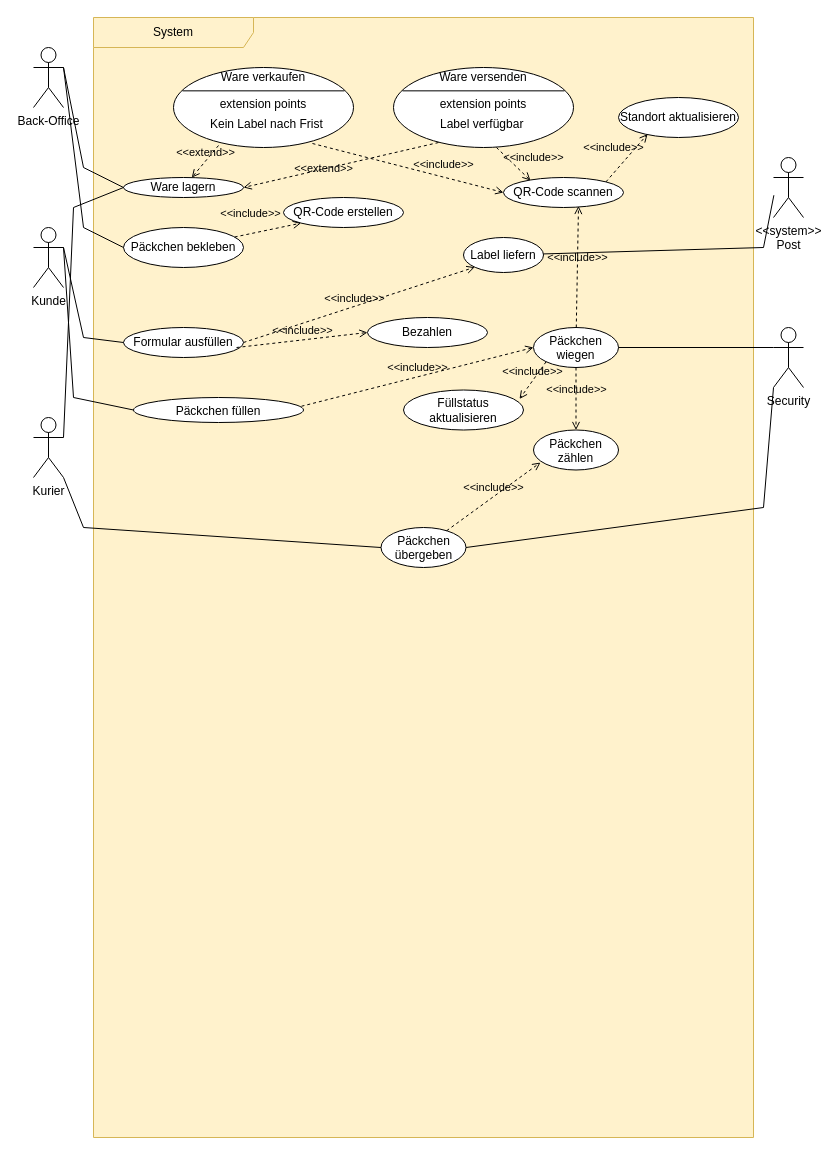
Earlier version of the draw.io diagram lb_use-case-big.drawio (ferreric/ffhs_swem). Source tidied: cells renumbered, new cells numbered last; positions are measured from the earlier drawing's top-left corner, leaving out a move shared by most shapes. Both pictures are drawn from the tidied source at 100%, with x=0, y=0 at pixel (33, 17).
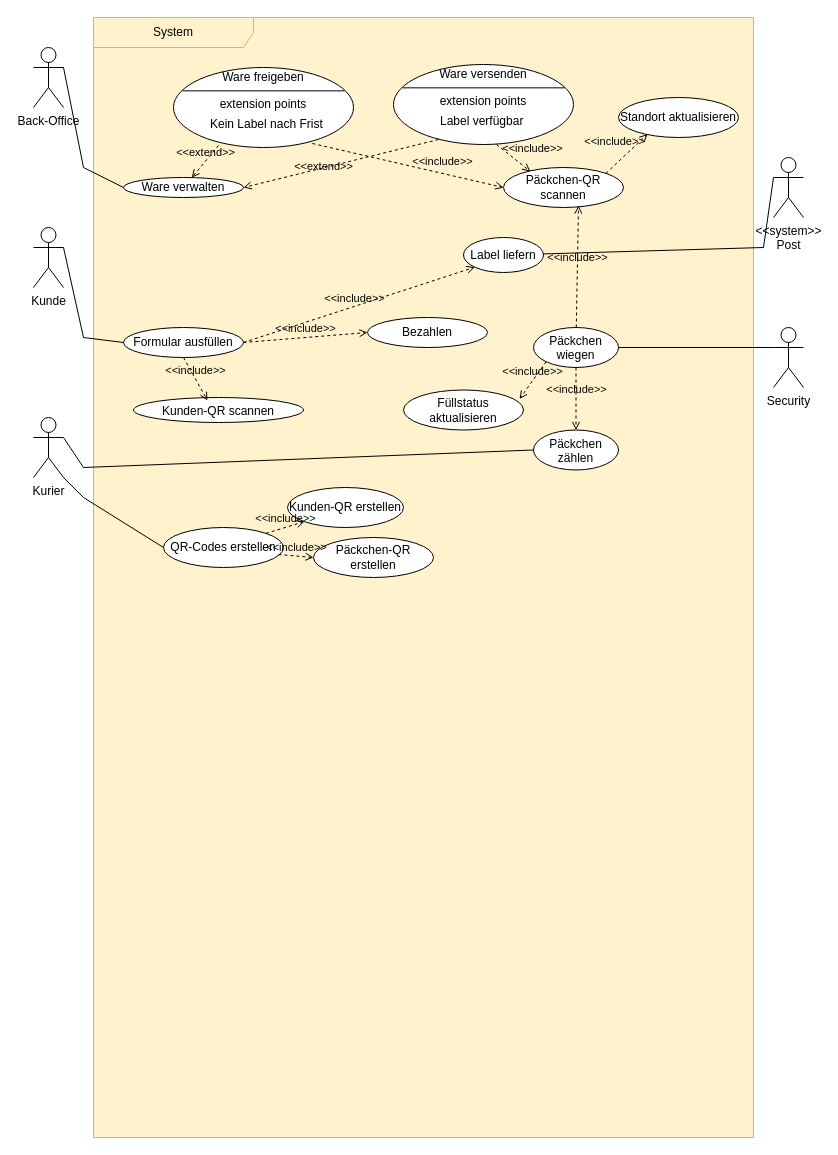
Above is the later version.

Commit message:
lb_use-case-big.drawio nur online-system

Unchanged cells that the change refers to:
```xml
<mxCell id="2" value="System" style="shape=umlFrame;whiteSpace=wrap;html=1;width=160;fillStyle=auto;fillColor=#fff2cc;strokeColor=#d6b656;noLabel=0;gradientColor=none;swimlaneFillColor=#FFF2CC;" parent="1" vertex="1">
  <mxGeometry x="60" width="660" height="1120" as="geometry" />
</mxCell>
<mxCell id="4" value="Päckchen wiegen" style="ellipse;whiteSpace=wrap;html=1;verticalAlign=top;" parent="2" vertex="1">
  <mxGeometry x="440" y="310" width="85" height="40" as="geometry" />
</mxCell>
<mxCell id="5" value="Label liefern" style="ellipse;whiteSpace=wrap;html=1;dashed=0;" parent="2" vertex="1">
  <mxGeometry x="370" y="220" width="80" height="35" as="geometry" />
</mxCell>
<mxCell id="11" value="Formular ausfüllen" style="ellipse;whiteSpace=wrap;html=1;" parent="2" vertex="1">
  <mxGeometry x="30" y="310" width="120" height="30" as="geometry" />
</mxCell>
<mxCell id="12" value="Bezahlen" style="ellipse;whiteSpace=wrap;html=1;" parent="2" vertex="1">
  <mxGeometry x="274" y="300" width="120" height="30" as="geometry" />
</mxCell>
<mxCell id="14" style="shape=ellipse;horizontal=1;html=1;dashed=0;" parent="2" vertex="1">
  <mxGeometry x="80" y="50" width="180" height="80" as="geometry" />
</mxCell>
<mxCell id="29" value="Päckchen zählen" style="ellipse;whiteSpace=wrap;html=1;verticalAlign=top;" parent="2" vertex="1">
  <mxGeometry x="440" y="412.5" width="85" height="40" as="geometry" />
</mxCell>
<mxCell id="32" value="Back-Office" style="shape=umlActor;verticalLabelPosition=bottom;verticalAlign=top;html=1;" parent="1" vertex="1">
  <mxGeometry y="30" width="30" height="60" as="geometry" />
</mxCell>
<mxCell id="33" value="Security" style="shape=umlActor;verticalLabelPosition=bottom;verticalAlign=top;html=1;" parent="1" vertex="1">
  <mxGeometry x="740" y="310" width="30" height="60" as="geometry" />
</mxCell>
<mxCell id="34" value="Kunde" style="shape=umlActor;verticalLabelPosition=bottom;verticalAlign=top;html=1;" parent="1" vertex="1">
  <mxGeometry y="210" width="30" height="60" as="geometry" />
</mxCell>
<mxCell id="35" value="Kurier" style="shape=umlActor;verticalLabelPosition=bottom;verticalAlign=top;html=1;" parent="1" vertex="1">
  <mxGeometry y="400" width="30" height="60" as="geometry" />
</mxCell>
<mxCell id="39" value="&lt;div&gt;&amp;lt;&amp;lt;system&amp;gt;&amp;gt;&lt;/div&gt;&lt;div&gt;Post&lt;br&gt;&lt;/div&gt;" style="shape=umlActor;verticalLabelPosition=bottom;verticalAlign=top;html=1;" parent="1" vertex="1">
  <mxGeometry x="740" y="140" width="30" height="60" as="geometry" />
</mxCell>
```

Change to the diagram source:
```diff
@@
-    <mxCell id="3" value="&lt;div&gt;Päckchen füllen&lt;/div&gt;" style="ellipse;whiteSpace=wrap;html=1;verticalAlign=top;" parent="2" vertex="1">
+    <mxCell id="3" value="&lt;div&gt;Kunden-QR scannen&lt;br&gt;&lt;/div&gt;" style="ellipse;whiteSpace=wrap;html=1;verticalAlign=top;" parent="2" vertex="1">
       <mxGeometry x="40" y="380" width="170" height="25" as="geometry" />
     </mxCell>
@@
-    <mxCell id="6" value="Päckchen bekleben" style="ellipse;whiteSpace=wrap;html=1;" parent="2" vertex="1">
-      <mxGeometry x="30" y="210" width="120" height="40" as="geometry" />
+    <mxCell id="6" value="QR-Codes erstellen" style="ellipse;whiteSpace=wrap;html=1;" parent="2" vertex="1">
+      <mxGeometry x="70" y="510" width="120" height="40" as="geometry" />
     </mxCell>
-    <mxCell id="7" value="QR-Code erstellen" style="ellipse;whiteSpace=wrap;html=1;" parent="2" vertex="1">
-      <mxGeometry x="190" y="180" width="120" height="30" as="geometry" />
-    </mxCell>
-    <mxCell id="8" value="&amp;lt;&amp;lt;include&amp;gt;&amp;gt;" style="html=1;verticalAlign=bottom;labelBackgroundColor=none;endArrow=open;endFill=0;dashed=1;rounded=0;entryX=0;entryY=1;entryDx=0;entryDy=0;" parent="2" edge="1" source="6" target="7">
-      <mxGeometry x="-0.45" y="12" relative="1" as="geometry">
-        <mxPoint y="1" as="offset" />
-      </mxGeometry>
-    </mxCell>
-    <mxCell id="9" value="&amp;lt;&amp;lt;include&amp;gt;&amp;gt;" style="html=1;verticalAlign=bottom;labelBackgroundColor=none;endArrow=open;endFill=0;dashed=1;rounded=0;entryX=0;entryY=0.5;entryDx=0;entryDy=0;exitX=0.988;exitY=0.35;exitDx=0;exitDy=0;exitPerimeter=0;" parent="2" edge="1" source="3" target="4">
+    <mxCell id="9" value="&amp;lt;&amp;lt;include&amp;gt;&amp;gt;" style="html=1;verticalAlign=bottom;labelBackgroundColor=none;endArrow=open;endFill=0;dashed=1;rounded=0;entryX=0.435;entryY=0.12;entryDx=0;entryDy=0;exitX=0.5;exitY=1;exitDx=0;exitDy=0;entryPerimeter=0;" parent="2" edge="1" source="11" target="3">
       <mxGeometry relative="1" as="geometry" />
     </mxCell>
@@
-    <mxCell id="13" value="Ware lagern" style="ellipse;whiteSpace=wrap;html=1;" parent="2" vertex="1">
+    <mxCell id="13" value="Ware verwalten" style="ellipse;whiteSpace=wrap;html=1;" parent="2" vertex="1">
       <mxGeometry x="30" y="160" width="120" height="20" as="geometry" />
     </mxCell>
@@
-    <mxCell id="15" value="Ware verkaufen" style="html=1;strokeColor=none;fillColor=none;align=center;verticalAlign=middle;whiteSpace=wrap;" parent="14" vertex="1">
+    <mxCell id="15" value="Ware freigeben" style="html=1;strokeColor=none;fillColor=none;align=center;verticalAlign=middle;whiteSpace=wrap;" parent="14" vertex="1">
       <mxGeometry width="180" height="20" as="geometry" />
     </mxCell>
@@
-    <mxCell id="19" value="&amp;lt;&amp;lt;include&amp;gt;&amp;gt;" style="html=1;verticalAlign=bottom;labelBackgroundColor=none;endArrow=open;endFill=0;dashed=1;rounded=0;entryX=0;entryY=0.5;entryDx=0;entryDy=0;exitX=0.942;exitY=0.667;exitDx=0;exitDy=0;exitPerimeter=0;" parent="2" edge="1" source="11" target="12">
+    <mxCell id="19" value="&amp;lt;&amp;lt;include&amp;gt;&amp;gt;" style="html=1;verticalAlign=bottom;labelBackgroundColor=none;endArrow=open;endFill=0;dashed=1;rounded=0;entryX=0;entryY=0.5;entryDx=0;entryDy=0;exitX=1;exitY=0.5;exitDx=0;exitDy=0;" parent="2" edge="1" source="11" target="12">
       <mxGeometry relative="1" as="geometry" />
     </mxCell>
@@
-    <mxCell id="21" value="QR-Code scannen" style="ellipse;whiteSpace=wrap;html=1;" parent="2" vertex="1">
-      <mxGeometry x="410" y="160" width="120" height="30" as="geometry" />
+    <mxCell id="21" value="Päckchen-QR scannen" style="ellipse;whiteSpace=wrap;html=1;" parent="2" vertex="1">
+      <mxGeometry x="410" y="150" width="120" height="40" as="geometry" />
     </mxCell>
@@
-    <mxCell id="28" value="Päckchen übergeben" style="ellipse;whiteSpace=wrap;html=1;verticalAlign=top;" parent="2" vertex="1">
-      <mxGeometry x="287.5" y="510" width="85" height="40" as="geometry" />
-    </mxCell>
@@
-    <mxCell id="31" value="&amp;lt;&amp;lt;include&amp;gt;&amp;gt;" style="html=1;verticalAlign=bottom;labelBackgroundColor=none;endArrow=open;endFill=0;dashed=1;rounded=0;entryX=0.082;entryY=0.813;entryDx=0;entryDy=0;entryPerimeter=0;" parent="2" edge="1" source="28" target="29">
-      <mxGeometry relative="1" as="geometry" />
-    </mxCell>
+    <mxCell id="53" value="Kunden-QR erstellen" style="ellipse;whiteSpace=wrap;html=1;" parent="2" vertex="1">
+      <mxGeometry x="194" y="470" width="116" height="40" as="geometry" />
+    </mxCell>
+    <mxCell id="54" value="Päckchen-QR erstellen" style="ellipse;whiteSpace=wrap;html=1;" parent="2" vertex="1">
+      <mxGeometry x="220" y="520" width="120" height="40" as="geometry" />
+    </mxCell>
+    <mxCell id="55" value="&amp;lt;&amp;lt;include&amp;gt;&amp;gt;" style="html=1;verticalAlign=bottom;labelBackgroundColor=none;endArrow=open;endFill=0;dashed=1;rounded=0;entryX=0;entryY=0.5;entryDx=0;entryDy=0;exitX=0.958;exitY=0.675;exitDx=0;exitDy=0;exitPerimeter=0;" parent="2" edge="1" source="6" target="54">
+      <mxGeometry relative="1" as="geometry" />
+    </mxCell>
+    <mxCell id="56" value="&amp;lt;&amp;lt;include&amp;gt;&amp;gt;" style="html=1;verticalAlign=bottom;labelBackgroundColor=none;endArrow=open;endFill=0;dashed=1;rounded=0;entryX=0;entryY=1;entryDx=0;entryDy=0;exitX=1;exitY=0;exitDx=0;exitDy=0;" parent="2" edge="1" source="6" target="53">
+      <mxGeometry relative="1" as="geometry" />
+    </mxCell>
@@
-    <mxCell id="37" style="endArrow=none;html=1;rounded=0;entryX=0;entryY=0.5;entryDx=0;entryDy=0;exitX=1;exitY=0.3333333333333333;exitDx=0;exitDy=0;exitPerimeter=0;" parent="1" edge="1" source="34" target="3">
-      <mxGeometry relative="1" as="geometry">
-        <Array as="points">
-          <mxPoint x="40" y="380" />
-        </Array>
-      </mxGeometry>
-    </mxCell>
-    <mxCell id="38" style="endArrow=none;html=1;rounded=0;entryX=0.013;entryY=0.629;entryDx=0;entryDy=0;entryPerimeter=0;" parent="1" edge="1" source="5" target="39">
+    <mxCell id="38" style="endArrow=none;html=1;rounded=0;entryX=0;entryY=0.3333333333333333;entryDx=0;entryDy=0;entryPerimeter=0;" parent="1" edge="1" source="5" target="39">
       <mxGeometry relative="1" as="geometry">
         <Array as="points">
           <mxPoint x="730" y="230" />
         </Array>
       </mxGeometry>
     </mxCell>
@@
-    <mxCell id="40" style="endArrow=none;html=1;rounded=0;exitX=1;exitY=0.3333333333333333;exitDx=0;exitDy=0;exitPerimeter=0;entryX=0;entryY=0.5;entryDx=0;entryDy=0;" parent="1" edge="1" source="32" target="6">
-      <mxGeometry relative="1" as="geometry">
-        <Array as="points">
-          <mxPoint x="50" y="210" />
-        </Array>
-      </mxGeometry>
-    </mxCell>
@@
     <mxCell id="43" style="shape=ellipse;horizontal=1;html=1;dashed=0;" parent="1" vertex="1">
-      <mxGeometry x="360" y="50" width="180" height="80" as="geometry" />
+      <mxGeometry x="360" y="47" width="180" height="80" as="geometry" />
     </mxCell>
@@
-    <mxCell id="50" style="endArrow=none;html=1;rounded=0;entryX=0;entryY=0.5;entryDx=0;entryDy=0;exitX=1;exitY=1;exitDx=0;exitDy=0;exitPerimeter=0;" parent="1" edge="1" source="35" target="28">
+    <mxCell id="50" style="endArrow=none;html=1;rounded=0;exitX=1;exitY=1;exitDx=0;exitDy=0;exitPerimeter=0;entryX=0;entryY=0.5;entryDx=0;entryDy=0;" parent="1" edge="1" source="35" target="6">
       <mxGeometry relative="1" as="geometry">
         <Array as="points">
-          <mxPoint x="50" y="510" />
+          <mxPoint x="50" y="480" />
         </Array>
       </mxGeometry>
     </mxCell>
-    <mxCell id="51" style="endArrow=none;html=1;rounded=0;entryX=0;entryY=1;entryDx=0;entryDy=0;entryPerimeter=0;exitX=1;exitY=0.5;exitDx=0;exitDy=0;" parent="1" edge="1" source="28" target="33">
-      <mxGeometry relative="1" as="geometry">
-        <Array as="points">
-          <mxPoint x="730" y="490" />
-        </Array>
-      </mxGeometry>
-    </mxCell>
-    <mxCell id="52" style="endArrow=none;html=1;rounded=0;entryX=0;entryY=0.5;entryDx=0;entryDy=0;exitX=1;exitY=0.3333333333333333;exitDx=0;exitDy=0;exitPerimeter=0;" parent="1" edge="1" source="35" target="13">
-      <mxGeometry relative="1" as="geometry">
-        <Array as="points">
-          <mxPoint x="40" y="190" />
-        </Array>
-      </mxGeometry>
-    </mxCell>
+    <mxCell id="57" style="endArrow=none;html=1;rounded=0;exitX=1;exitY=0.3333333333333333;exitDx=0;exitDy=0;exitPerimeter=0;entryX=0;entryY=0.5;entryDx=0;entryDy=0;" parent="1" edge="1" source="35" target="29">
+      <mxGeometry relative="1" as="geometry">
+        <Array as="points">
+          <mxPoint x="50" y="450" />
+        </Array>
+      </mxGeometry>
+    </mxCell>
```
